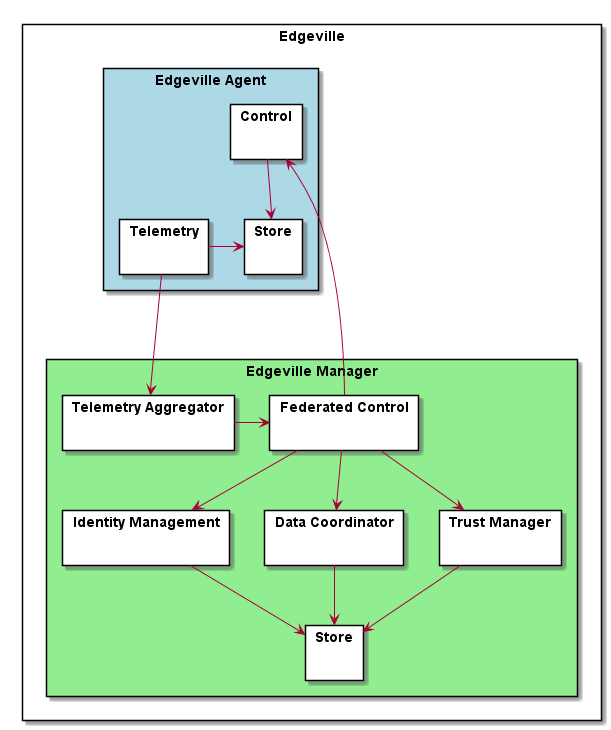
Earlier version of the PlantUML export docs/Solution/Logical.png (CAADE/edgeville).
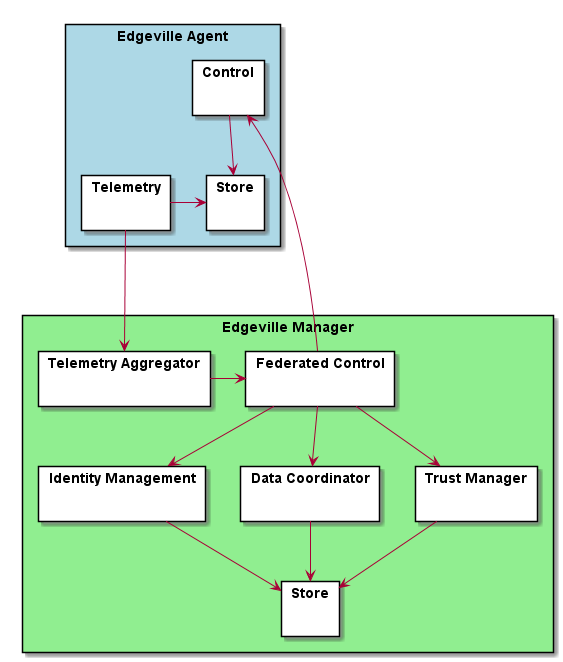
The same file after the commit.

What changed in the source:
```diff
@@ -2,7 +2,6 @@
 
 skinparam packageStyle rect
 
-package Edgeville {
     package "Edgeville Agent" as EA #lightblue {
       package "Telemetry" as TEA {
       }
@@ -36,5 +35,4 @@
     }
     TEA ---> TAEM
     FCEM --> CEA
-}
 @enduml
```
